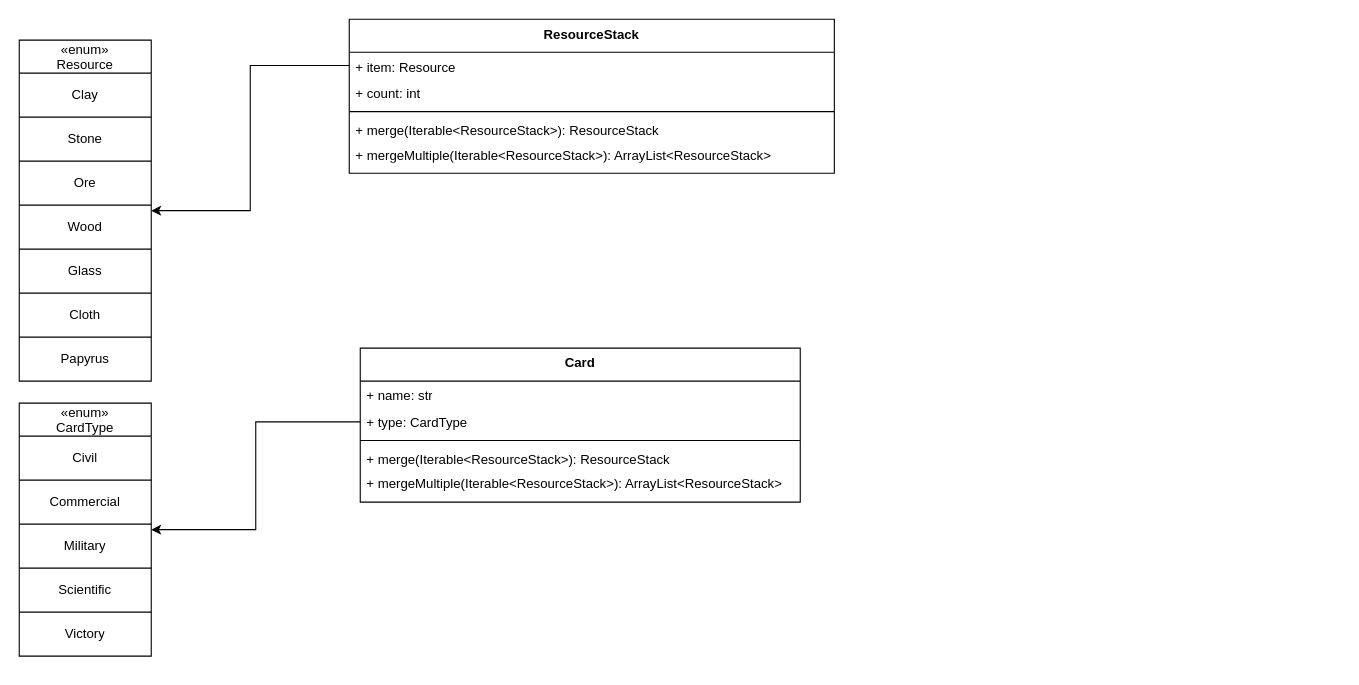
Above: Untitled Diagram.drawio in zeptofine/diagrams (draw.io), before the change. Source tidied: cells renumbered, new cells numbered last; positions are measured from the earlier drawing's top-left corner, leaving out a move shared by most shapes. Both pictures are drawn from the tidied source at 110%, with x=0, y=0 at pixel (19, 19).
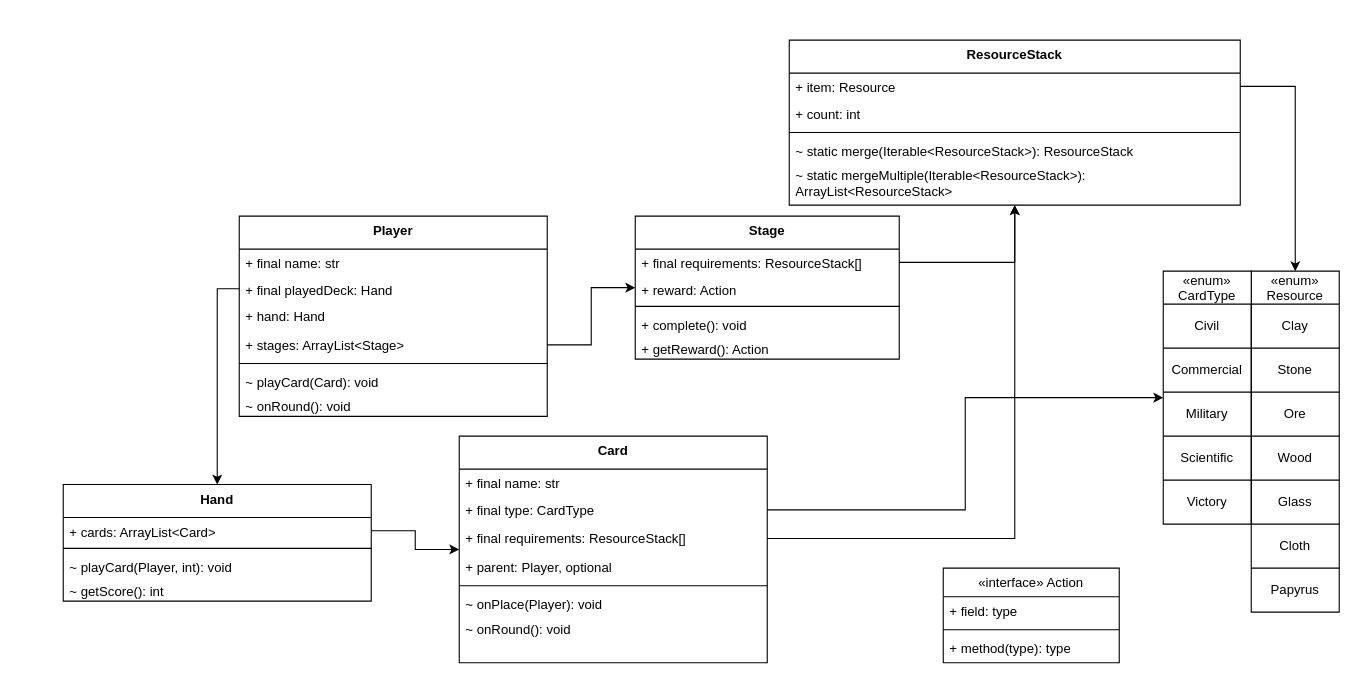
The same page after the edit.

Diff of the diagram source:
```diff
@@
     <mxCell id="2" value="ResourceStack" style="swimlane;fontStyle=1;align=center;verticalAlign=top;horizontal=1;startSize=30;whiteSpace=wrap;html=1;perimeterSpacing=0;glass=0;shadow=0;direction=east;" parent="1" vertex="1">
-      <mxGeometry x="300" width="441" height="140" as="geometry" />
+      <mxGeometry x="700" y="19" width="410" height="150" as="geometry" />
     </mxCell>
     <mxCell id="3" value="+ item: Resource&lt;br&gt;" style="text;strokeColor=none;fillColor=none;align=left;verticalAlign=top;spacingLeft=4;spacingRight=4;overflow=hidden;points=[[0,0.5],[1,0.5]];portConstraint=eastwest;whiteSpace=wrap;html=1;" parent="2" vertex="1">
-      <mxGeometry y="30" width="441" height="24" as="geometry" />
+      <mxGeometry y="30" width="410" height="24" as="geometry" />
     </mxCell>
     <mxCell id="4" value="+ count: int" style="text;strokeColor=none;fillColor=none;align=left;verticalAlign=top;spacingLeft=4;spacingRight=4;overflow=hidden;whiteSpace=wrap;html=1;" parent="2" vertex="1">
-      <mxGeometry y="54" width="441" height="26" as="geometry" />
+      <mxGeometry y="54" width="410" height="26" as="geometry" />
     </mxCell>
     <mxCell id="5" style="line;strokeWidth=1;fillColor=none;align=left;verticalAlign=middle;spacingTop=-1;spacingLeft=3;spacingRight=3;labelPosition=right;strokeColor=inherit;" parent="2" vertex="1">
-      <mxGeometry y="80" width="441" height="8" as="geometry" />
+      <mxGeometry y="80" width="410" height="8" as="geometry" />
     </mxCell>
-    <mxCell id="6" value="+ merge(Iterable&amp;lt;ResourceStack&amp;gt;): ResourceStack" style="text;strokeColor=none;fillColor=none;align=left;verticalAlign=top;spacingLeft=4;spacingRight=4;overflow=hidden;whiteSpace=wrap;html=1;" parent="2" vertex="1">
-      <mxGeometry y="88" width="441" height="22" as="geometry" />
+    <mxCell id="6" value="~ static merge(Iterable&amp;lt;ResourceStack&amp;gt;): ResourceStack" style="text;strokeColor=none;fillColor=none;align=left;verticalAlign=top;spacingLeft=4;spacingRight=4;overflow=hidden;whiteSpace=wrap;html=1;" parent="2" vertex="1">
+      <mxGeometry y="88" width="410" height="22" as="geometry" />
     </mxCell>
-    <mxCell id="7" value="+ mergeMultiple(Iterable&amp;lt;ResourceStack&amp;gt;): ArrayList&amp;lt;ResourceStack&amp;gt;" style="text;strokeColor=none;fillColor=none;align=left;verticalAlign=top;spacingLeft=4;spacingRight=4;overflow=hidden;whiteSpace=wrap;html=1;" parent="2" vertex="1">
-      <mxGeometry y="110" width="441" height="30" as="geometry" />
+    <mxCell id="7" value="~ static mergeMultiple(Iterable&amp;lt;ResourceStack&amp;gt;): ArrayList&amp;lt;ResourceStack&amp;gt;" style="text;strokeColor=none;fillColor=none;align=left;verticalAlign=top;spacingLeft=4;spacingRight=4;overflow=hidden;whiteSpace=wrap;html=1;" parent="2" vertex="1">
+      <mxGeometry y="110" width="410" height="40" as="geometry" />
     </mxCell>
     <mxCell id="8" value="«enum»&#10;Resource" style="shape=table;startSize=30;childLayout=tableLayout;" parent="1" vertex="1">
-      <mxGeometry y="19" width="120" height="310" as="geometry" />
+      <mxGeometry x="1120" y="229" width="80" height="310" as="geometry" />
     </mxCell>
     <mxCell id="9" style="shape=tableRow;horizontal=0;startSize=0;swimlaneHead=0;swimlaneBody=0;strokeColor=inherit;top=0;left=0;bottom=0;right=0;fillColor=none;" parent="8" vertex="1">
-      <mxGeometry y="30" width="120" height="40" as="geometry" />
+      <mxGeometry y="30" width="80" height="40" as="geometry" />
     </mxCell>
     <mxCell id="10" value="Clay" style="shape=partialRectangle;html=1;whiteSpace=wrap;strokeColor=inherit;overflow=hidden;fillColor=none;top=0;left=0;bottom=0;right=0;" parent="9" vertex="1">
-      <mxGeometry width="120" height="40" as="geometry" />
+      <mxGeometry width="80" height="40" as="geometry" />
     </mxCell>
     <mxCell id="11" style="shape=tableRow;horizontal=0;startSize=0;swimlaneHead=0;swimlaneBody=0;strokeColor=inherit;top=0;left=0;bottom=0;right=0;fillColor=none;" parent="8" vertex="1">
-      <mxGeometry y="70" width="120" height="40" as="geometry" />
+      <mxGeometry y="70" width="80" height="40" as="geometry" />
     </mxCell>
     <mxCell id="12" value="Stone" style="shape=partialRectangle;html=1;whiteSpace=wrap;strokeColor=inherit;overflow=hidden;fillColor=none;top=0;left=0;bottom=0;right=0;" parent="11" vertex="1">
-      <mxGeometry width="120" height="40" as="geometry" />
+      <mxGeometry width="80" height="40" as="geometry" />
     </mxCell>
     <mxCell id="13" style="shape=tableRow;horizontal=0;startSize=0;swimlaneHead=0;swimlaneBody=0;strokeColor=inherit;top=0;left=0;bottom=0;right=0;fillColor=none;" parent="8" vertex="1">
-      <mxGeometry y="110" width="120" height="40" as="geometry" />
+      <mxGeometry y="110" width="80" height="40" as="geometry" />
     </mxCell>
     <mxCell id="14" value="Ore" style="shape=partialRectangle;html=1;whiteSpace=wrap;strokeColor=inherit;overflow=hidden;fillColor=none;top=0;left=0;bottom=0;right=0;" parent="13" vertex="1">
-      <mxGeometry width="120" height="40" as="geometry" />
+      <mxGeometry width="80" height="40" as="geometry" />
     </mxCell>
     <mxCell id="15" style="shape=tableRow;horizontal=0;startSize=0;swimlaneHead=0;swimlaneBody=0;strokeColor=inherit;top=0;left=0;bottom=0;right=0;fillColor=none;" parent="8" vertex="1">
-      <mxGeometry y="150" width="120" height="40" as="geometry" />
+      <mxGeometry y="150" width="80" height="40" as="geometry" />
     </mxCell>
     <mxCell id="16" value="Wood" style="shape=partialRectangle;html=1;whiteSpace=wrap;strokeColor=inherit;overflow=hidden;fillColor=none;top=0;left=0;bottom=0;right=0;" parent="15" vertex="1">
-      <mxGeometry width="120" height="40" as="geometry" />
+      <mxGeometry width="80" height="40" as="geometry" />
     </mxCell>
     <mxCell id="17" style="shape=tableRow;horizontal=0;startSize=0;swimlaneHead=0;swimlaneBody=0;strokeColor=inherit;top=0;left=0;bottom=0;right=0;fillColor=none;" parent="8" vertex="1">
-      <mxGeometry y="190" width="120" height="40" as="geometry" />
+      <mxGeometry y="190" width="80" height="40" as="geometry" />
     </mxCell>
     <mxCell id="18" value="Glass" style="shape=partialRectangle;html=1;whiteSpace=wrap;strokeColor=inherit;overflow=hidden;fillColor=none;top=0;left=0;bottom=0;right=0;" parent="17" vertex="1">
-      <mxGeometry width="120" height="40" as="geometry" />
+      <mxGeometry width="80" height="40" as="geometry" />
     </mxCell>
     <mxCell id="19" style="shape=tableRow;horizontal=0;startSize=0;swimlaneHead=0;swimlaneBody=0;strokeColor=inherit;top=0;left=0;bottom=0;right=0;fillColor=none;" parent="8" vertex="1">
-      <mxGeometry y="230" width="120" height="40" as="geometry" />
+      <mxGeometry y="230" width="80" height="40" as="geometry" />
     </mxCell>
     <mxCell id="20" value="Cloth" style="shape=partialRectangle;html=1;whiteSpace=wrap;strokeColor=inherit;overflow=hidden;fillColor=none;top=0;left=0;bottom=0;right=0;" parent="19" vertex="1">
-      <mxGeometry width="120" height="40" as="geometry" />
+      <mxGeometry width="80" height="40" as="geometry" />
     </mxCell>
     <mxCell id="21" style="shape=tableRow;horizontal=0;startSize=0;swimlaneHead=0;swimlaneBody=0;strokeColor=inherit;top=0;left=0;bottom=0;right=0;fillColor=none;" parent="8" vertex="1">
-      <mxGeometry y="270" width="120" height="40" as="geometry" />
+      <mxGeometry y="270" width="80" height="40" as="geometry" />
     </mxCell>
     <mxCell id="22" value="Papyrus" style="shape=partialRectangle;html=1;whiteSpace=wrap;strokeColor=inherit;overflow=hidden;fillColor=none;top=0;left=0;bottom=0;right=0;" parent="21" vertex="1">
-      <mxGeometry width="120" height="40" as="geometry" />
+      <mxGeometry width="80" height="40" as="geometry" />
     </mxCell>
@@
     <mxCell id="24" value="«enum»&#10;CardType" style="shape=table;startSize=30;childLayout=tableLayout;" parent="1" vertex="1">
-      <mxGeometry y="349" width="120" height="230" as="geometry" />
+      <mxGeometry x="1040" y="229" width="80" height="230" as="geometry" />
     </mxCell>
     <mxCell id="25" style="shape=tableRow;horizontal=0;startSize=0;swimlaneHead=0;swimlaneBody=0;strokeColor=inherit;top=0;left=0;bottom=0;right=0;fillColor=none;" parent="24" vertex="1">
-      <mxGeometry y="30" width="120" height="40" as="geometry" />
+      <mxGeometry y="30" width="80" height="40" as="geometry" />
     </mxCell>
     <mxCell id="26" value="Civil" style="shape=partialRectangle;html=1;whiteSpace=wrap;strokeColor=inherit;overflow=hidden;fillColor=none;top=0;left=0;bottom=0;right=0;" parent="25" vertex="1">
-      <mxGeometry width="120" height="40" as="geometry" />
+      <mxGeometry width="80" height="40" as="geometry" />
     </mxCell>
     <mxCell id="27" style="shape=tableRow;horizontal=0;startSize=0;swimlaneHead=0;swimlaneBody=0;strokeColor=inherit;top=0;left=0;bottom=0;right=0;fillColor=none;" parent="24" vertex="1">
-      <mxGeometry y="70" width="120" height="40" as="geometry" />
+      <mxGeometry y="70" width="80" height="40" as="geometry" />
     </mxCell>
     <mxCell id="28" value="Commercial" style="shape=partialRectangle;html=1;whiteSpace=wrap;strokeColor=inherit;overflow=hidden;fillColor=none;top=0;left=0;bottom=0;right=0;" parent="27" vertex="1">
-      <mxGeometry width="120" height="40" as="geometry" />
+      <mxGeometry width="80" height="40" as="geometry" />
     </mxCell>
     <mxCell id="29" style="shape=tableRow;horizontal=0;startSize=0;swimlaneHead=0;swimlaneBody=0;strokeColor=inherit;top=0;left=0;bottom=0;right=0;fillColor=none;" parent="24" vertex="1">
-      <mxGeometry y="110" width="120" height="40" as="geometry" />
+      <mxGeometry y="110" width="80" height="40" as="geometry" />
     </mxCell>
     <mxCell id="30" value="Military&lt;br&gt;" style="shape=partialRectangle;html=1;whiteSpace=wrap;strokeColor=inherit;overflow=hidden;fillColor=none;top=0;left=0;bottom=0;right=0;" parent="29" vertex="1">
-      <mxGeometry width="120" height="40" as="geometry" />
+      <mxGeometry width="80" height="40" as="geometry" />
     </mxCell>
     <mxCell id="31" style="shape=tableRow;horizontal=0;startSize=0;swimlaneHead=0;swimlaneBody=0;strokeColor=inherit;top=0;left=0;bottom=0;right=0;fillColor=none;" parent="24" vertex="1">
-      <mxGeometry y="150" width="120" height="40" as="geometry" />
+      <mxGeometry y="150" width="80" height="40" as="geometry" />
     </mxCell>
     <mxCell id="32" value="Scientific" style="shape=partialRectangle;html=1;whiteSpace=wrap;strokeColor=inherit;overflow=hidden;fillColor=none;top=0;left=0;bottom=0;right=0;" parent="31" vertex="1">
-      <mxGeometry width="120" height="40" as="geometry" />
+      <mxGeometry width="80" height="40" as="geometry" />
     </mxCell>
     <mxCell id="33" style="shape=tableRow;horizontal=0;startSize=0;swimlaneHead=0;swimlaneBody=0;strokeColor=inherit;top=0;left=0;bottom=0;right=0;fillColor=none;" parent="24" vertex="1">
-      <mxGeometry y="190" width="120" height="40" as="geometry" />
+      <mxGeometry y="190" width="80" height="40" as="geometry" />
     </mxCell>
     <mxCell id="34" value="Victory" style="shape=partialRectangle;html=1;whiteSpace=wrap;strokeColor=inherit;overflow=hidden;fillColor=none;top=0;left=0;bottom=0;right=0;" parent="33" vertex="1">
-      <mxGeometry width="120" height="40" as="geometry" />
+      <mxGeometry width="80" height="40" as="geometry" />
     </mxCell>
     <mxCell id="35" value="Card" style="swimlane;fontStyle=1;align=center;verticalAlign=top;horizontal=1;startSize=30;whiteSpace=wrap;html=1;perimeterSpacing=0;glass=0;shadow=0;direction=east;" parent="1" vertex="1">
-      <mxGeometry x="310" y="299" width="400" height="140" as="geometry" />
+      <mxGeometry x="400" y="379" width="280" height="206" as="geometry" />
     </mxCell>
-    <mxCell id="36" value="+ name: str" style="text;strokeColor=none;fillColor=none;align=left;verticalAlign=top;spacingLeft=4;spacingRight=4;overflow=hidden;whiteSpace=wrap;html=1;" parent="35" vertex="1">
-      <mxGeometry y="30" width="400" height="24" as="geometry" />
+    <mxCell id="36" value="+ final name: str" style="text;strokeColor=none;fillColor=none;align=left;verticalAlign=top;spacingLeft=4;spacingRight=4;overflow=hidden;whiteSpace=wrap;html=1;" parent="35" vertex="1">
+      <mxGeometry y="30" width="280" height="24" as="geometry" />
     </mxCell>
-    <mxCell id="37" value="+ type: CardType" style="text;strokeColor=none;fillColor=none;align=left;verticalAlign=top;spacingLeft=4;spacingRight=4;overflow=hidden;points=[[0,0.5],[1,0.5]];portConstraint=eastwest;whiteSpace=wrap;html=1;" parent="35" vertex="1">
-      <mxGeometry y="54" width="400" height="26" as="geometry" />
+    <mxCell id="37" value="+ final type: CardType" style="text;strokeColor=none;fillColor=none;align=left;verticalAlign=top;spacingLeft=4;spacingRight=4;overflow=hidden;points=[[0,0.5],[1,0.5]];portConstraint=eastwest;whiteSpace=wrap;html=1;" parent="35" vertex="1">
+      <mxGeometry y="54" width="280" height="26" as="geometry" />
     </mxCell>
+    <mxCell id="42" value="+ final requirements: ResourceStack[]" style="text;strokeColor=none;fillColor=none;align=left;verticalAlign=top;spacingLeft=4;spacingRight=4;overflow=hidden;points=[[0,0.5],[1,0.5]];portConstraint=eastwest;whiteSpace=wrap;html=1;" parent="35" vertex="1">
+      <mxGeometry y="80" width="280" height="26" as="geometry" />
+    </mxCell>
+    <mxCell id="43" value="+ parent: Player, optional" style="text;strokeColor=none;fillColor=none;align=left;verticalAlign=top;spacingLeft=4;spacingRight=4;overflow=hidden;whiteSpace=wrap;html=1;" parent="35" vertex="1">
+      <mxGeometry y="106" width="280" height="26" as="geometry" />
+    </mxCell>
     <mxCell id="38" style="line;strokeWidth=1;fillColor=none;align=left;verticalAlign=middle;spacingTop=-1;spacingLeft=3;spacingRight=3;labelPosition=right;strokeColor=inherit;" parent="35" vertex="1">
-      <mxGeometry y="80" width="400" height="8" as="geometry" />
+      <mxGeometry y="132" width="280" height="8" as="geometry" />
     </mxCell>
-    <mxCell id="39" value="+ merge(Iterable&amp;lt;ResourceStack&amp;gt;): ResourceStack" style="text;strokeColor=none;fillColor=none;align=left;verticalAlign=top;spacingLeft=4;spacingRight=4;overflow=hidden;whiteSpace=wrap;html=1;" parent="35" vertex="1">
-      <mxGeometry y="88" width="400" height="22" as="geometry" />
+    <mxCell id="39" value="~ onPlace(Player): void" style="text;strokeColor=none;fillColor=none;align=left;verticalAlign=top;spacingLeft=4;spacingRight=4;overflow=hidden;whiteSpace=wrap;html=1;" parent="35" vertex="1">
+      <mxGeometry y="140" width="280" height="22" as="geometry" />
     </mxCell>
-    <mxCell id="40" value="+ mergeMultiple(Iterable&amp;lt;ResourceStack&amp;gt;): ArrayList&amp;lt;ResourceStack&amp;gt;" style="text;strokeColor=none;fillColor=none;align=left;verticalAlign=top;spacingLeft=4;spacingRight=4;overflow=hidden;whiteSpace=wrap;html=1;" parent="35" vertex="1">
-      <mxGeometry y="110" width="400" height="30" as="geometry" />
-    </mxCell>
+    <mxCell id="44" value="~ onRound(): void" style="text;strokeColor=none;fillColor=none;align=left;verticalAlign=top;spacingLeft=4;spacingRight=4;overflow=hidden;whiteSpace=wrap;html=1;" parent="35" vertex="1">
+      <mxGeometry y="162" width="280" height="22" as="geometry" />
+    </mxCell>
+    <mxCell id="45" style="text;strokeColor=none;fillColor=none;align=left;verticalAlign=top;spacingLeft=4;spacingRight=4;overflow=hidden;whiteSpace=wrap;html=1;" parent="35" vertex="1">
+      <mxGeometry y="184" width="280" height="22" as="geometry" />
+    </mxCell>
@@
+    <mxCell id="46" value="Player" style="swimlane;fontStyle=1;align=center;verticalAlign=top;horizontal=1;startSize=30;whiteSpace=wrap;html=1;perimeterSpacing=0;glass=0;shadow=0;direction=east;" parent="1" vertex="1">
+      <mxGeometry x="200" y="179" width="280" height="182" as="geometry" />
+    </mxCell>
+    <mxCell id="47" value="+ final name: str" style="text;strokeColor=none;fillColor=none;align=left;verticalAlign=top;spacingLeft=4;spacingRight=4;overflow=hidden;whiteSpace=wrap;html=1;" parent="46" vertex="1">
+      <mxGeometry y="30" width="280" height="24" as="geometry" />
+    </mxCell>
+    <mxCell id="48" value="+ final playedDeck: Hand" style="text;strokeColor=none;fillColor=none;align=left;verticalAlign=top;spacingLeft=4;spacingRight=4;overflow=hidden;points=[[0,0.5],[1,0.5]];portConstraint=eastwest;whiteSpace=wrap;html=1;" parent="46" vertex="1">
+      <mxGeometry y="54" width="280" height="24" as="geometry" />
+    </mxCell>
+    <mxCell id="49" value="+ hand: Hand" style="text;strokeColor=none;fillColor=none;align=left;verticalAlign=top;spacingLeft=4;spacingRight=4;overflow=hidden;whiteSpace=wrap;html=1;" parent="46" vertex="1">
+      <mxGeometry y="78" width="280" height="26" as="geometry" />
+    </mxCell>
+    <mxCell id="50" value="+ stages: ArrayList&amp;lt;Stage&amp;gt;" style="text;strokeColor=none;fillColor=none;align=left;verticalAlign=top;spacingLeft=4;spacingRight=4;overflow=hidden;points=[[0,0.5],[1,0.5]];portConstraint=eastwest;whiteSpace=wrap;html=1;" parent="46" vertex="1">
+      <mxGeometry y="104" width="280" height="26" as="geometry" />
+    </mxCell>
+    <mxCell id="51" style="line;strokeWidth=1;fillColor=none;align=left;verticalAlign=middle;spacingTop=-1;spacingLeft=3;spacingRight=3;labelPosition=right;strokeColor=inherit;" parent="46" vertex="1">
+      <mxGeometry y="130" width="280" height="8" as="geometry" />
+    </mxCell>
+    <mxCell id="52" value="~ playCard(Card): void" style="text;strokeColor=none;fillColor=none;align=left;verticalAlign=top;spacingLeft=4;spacingRight=4;overflow=hidden;whiteSpace=wrap;html=1;" parent="46" vertex="1">
+      <mxGeometry y="138" width="280" height="22" as="geometry" />
+    </mxCell>
+    <mxCell id="53" value="~ onRound(): void" style="text;strokeColor=none;fillColor=none;align=left;verticalAlign=top;spacingLeft=4;spacingRight=4;overflow=hidden;whiteSpace=wrap;html=1;" parent="46" vertex="1">
+      <mxGeometry y="160" width="280" height="22" as="geometry" />
+    </mxCell>
+    <mxCell id="54" value="Stage" style="swimlane;fontStyle=1;align=center;verticalAlign=top;horizontal=1;startSize=30;whiteSpace=wrap;html=1;perimeterSpacing=0;glass=0;shadow=0;direction=east;" parent="1" vertex="1">
+      <mxGeometry x="560" y="179" width="240" height="130" as="geometry" />
+    </mxCell>
+    <mxCell id="55" value="+ final requirements: ResourceStack[]" style="text;strokeColor=none;fillColor=none;align=left;verticalAlign=top;spacingLeft=4;spacingRight=4;overflow=hidden;points=[[0,0.5],[1,0.5]];portConstraint=eastwest;whiteSpace=wrap;html=1;" parent="54" vertex="1">
+      <mxGeometry y="30" width="240" height="24" as="geometry" />
+    </mxCell>
+    <mxCell id="56" value="+ reward: Action" style="text;strokeColor=none;fillColor=none;align=left;verticalAlign=top;spacingLeft=4;spacingRight=4;overflow=hidden;whiteSpace=wrap;html=1;" parent="54" vertex="1">
+      <mxGeometry y="54" width="240" height="24" as="geometry" />
+    </mxCell>
+    <mxCell id="57" style="line;strokeWidth=1;fillColor=none;align=left;verticalAlign=middle;spacingTop=-1;spacingLeft=3;spacingRight=3;labelPosition=right;strokeColor=inherit;" parent="54" vertex="1">
+      <mxGeometry y="78" width="240" height="8" as="geometry" />
+    </mxCell>
+    <mxCell id="58" value="+ complete(): void" style="text;strokeColor=none;fillColor=none;align=left;verticalAlign=top;spacingLeft=4;spacingRight=4;overflow=hidden;whiteSpace=wrap;html=1;" parent="54" vertex="1">
+      <mxGeometry y="86" width="240" height="22" as="geometry" />
+    </mxCell>
+    <mxCell id="59" value="+ getReward(): Action" style="text;strokeColor=none;fillColor=none;align=left;verticalAlign=top;spacingLeft=4;spacingRight=4;overflow=hidden;whiteSpace=wrap;html=1;" parent="54" vertex="1">
+      <mxGeometry y="108" width="240" height="22" as="geometry" />
+    </mxCell>
+    <mxCell id="60" style="edgeStyle=orthogonalEdgeStyle;rounded=0;jettySize=auto;html=1;" parent="1" edge="1" source="50" target="54">
+      <mxGeometry relative="1" as="geometry" />
+    </mxCell>
+    <mxCell id="61" style="edgeStyle=orthogonalEdgeStyle;rounded=0;jettySize=auto;html=1;" parent="1" edge="1" source="55" target="2">
+      <mxGeometry relative="1" as="geometry" />
+    </mxCell>
+    <mxCell id="62" value="Hand" style="swimlane;fontStyle=1;align=center;verticalAlign=top;horizontal=1;startSize=30;whiteSpace=wrap;html=1;perimeterSpacing=0;glass=0;shadow=0;direction=east;" parent="1" vertex="1">
+      <mxGeometry x="40" y="423" width="280" height="106" as="geometry" />
+    </mxCell>
+    <mxCell id="63" value="+ cards: ArrayList&amp;lt;Card&amp;gt;" style="text;strokeColor=none;fillColor=none;align=left;verticalAlign=top;spacingLeft=4;spacingRight=4;overflow=hidden;points=[[0,0.5],[1,0.5]];portConstraint=eastwest;whiteSpace=wrap;html=1;" parent="62" vertex="1">
+      <mxGeometry y="30" width="280" height="24" as="geometry" />
+    </mxCell>
+    <mxCell id="64" style="line;strokeWidth=1;fillColor=none;align=left;verticalAlign=middle;spacingTop=-1;spacingLeft=3;spacingRight=3;labelPosition=right;strokeColor=inherit;" parent="62" vertex="1">
+      <mxGeometry y="54" width="280" height="8" as="geometry" />
+    </mxCell>
+    <mxCell id="65" value="~ playCard(Player, int): void" style="text;strokeColor=none;fillColor=none;align=left;verticalAlign=top;spacingLeft=4;spacingRight=4;overflow=hidden;whiteSpace=wrap;html=1;" parent="62" vertex="1">
+      <mxGeometry y="62" width="280" height="22" as="geometry" />
+    </mxCell>
+    <mxCell id="66" value="~ getScore(): int" style="text;strokeColor=none;fillColor=none;align=left;verticalAlign=top;spacingLeft=4;spacingRight=4;overflow=hidden;whiteSpace=wrap;html=1;" parent="62" vertex="1">
+      <mxGeometry y="84" width="280" height="22" as="geometry" />
+    </mxCell>
+    <mxCell id="67" style="edgeStyle=orthogonalEdgeStyle;rounded=0;jettySize=auto;html=1;" parent="1" edge="1" source="63" target="35">
+      <mxGeometry relative="1" as="geometry" />
+    </mxCell>
+    <mxCell id="68" style="edgeStyle=orthogonalEdgeStyle;rounded=0;jettySize=auto;html=1;" parent="1" edge="1" source="48" target="62">
+      <mxGeometry relative="1" as="geometry" />
+    </mxCell>
+    <mxCell id="69" style="edgeStyle=orthogonalEdgeStyle;rounded=0;jettySize=auto;html=1;" parent="1" edge="1" source="42" target="2">
+      <mxGeometry relative="1" as="geometry" />
+    </mxCell>
+    <mxCell id="70" value="&lt;span style=&quot;font-weight: normal;&quot;&gt;«interface» Action&lt;/span&gt;" style="swimlane;fontStyle=1;align=center;verticalAlign=top;horizontal=1;startSize=26;whiteSpace=wrap;html=1;" parent="1" vertex="1">
+      <mxGeometry x="840" y="499" width="160" height="86" as="geometry" />
+    </mxCell>
+    <mxCell id="71" value="+ field: type" style="text;strokeColor=none;fillColor=none;align=left;verticalAlign=top;spacingLeft=4;spacingRight=4;overflow=hidden;whiteSpace=wrap;html=1;" parent="70" vertex="1">
+      <mxGeometry y="26" width="160" height="26" as="geometry" />
+    </mxCell>
+    <mxCell id="72" style="line;strokeWidth=1;fillColor=none;align=left;verticalAlign=middle;spacingTop=-1;spacingLeft=3;spacingRight=3;labelPosition=right;strokeColor=inherit;" parent="70" vertex="1">
+      <mxGeometry y="52" width="160" height="8" as="geometry" />
+    </mxCell>
+    <mxCell id="73" value="+ method(type): type" style="text;strokeColor=none;fillColor=none;align=left;verticalAlign=top;spacingLeft=4;spacingRight=4;overflow=hidden;whiteSpace=wrap;html=1;" parent="70" vertex="1">
+      <mxGeometry y="60" width="160" height="26" as="geometry" />
+    </mxCell>
```
